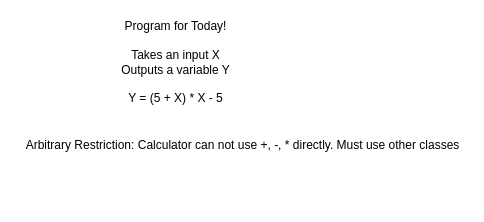
The draw.io diagram VideoDiagram.drawio in NguyenAndrew/UnitTestVideoTutorial, before the edit. Source tidied: cells renumbered, new cells numbered last; positions are measured from the earlier drawing's top-left corner, leaving out a move shared by most shapes. Both pictures are drawn from the tidied source at 100%, with x=0, y=0 at pixel (17, 17).
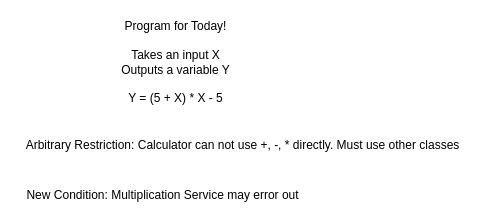
Above is the later version.

Commit message (it also covers changes not shown here):
Test when multiplication throws a runtime exception

Diff of the diagram source:
```diff
@@
 <mxGraphModel>
   <root>
     <mxCell id="0" />
     <mxCell id="1" parent="0" />
     <mxCell id="2" value="Program for Today!&lt;br&gt;&lt;br&gt;Takes an input X&lt;br&gt;Outputs a variable Y&lt;br&gt;&lt;br&gt;Y = (5 + X) * X - 5" style="text;html=1;align=center;verticalAlign=middle;" parent="1" vertex="1">
       <mxGeometry x="98" width="120" height="90" as="geometry" />
     </mxCell>
     <mxCell id="3" value="Arbitrary Restriction: Calculator can not use +, -, * directly. Must use other classes" style="text;html=1;align=center;verticalAlign=middle;" parent="1" vertex="1">
       <mxGeometry y="118" width="450" height="20" as="geometry" />
     </mxCell>
+    <mxCell id="4" value="New Condition: Multiplication Service may error out" style="text;html=1;align=center;verticalAlign=middle;" parent="1" vertex="1">
+      <mxGeometry y="168" width="290" height="20" as="geometry" />
+    </mxCell>
   </root>
 </mxGraphModel>
```
